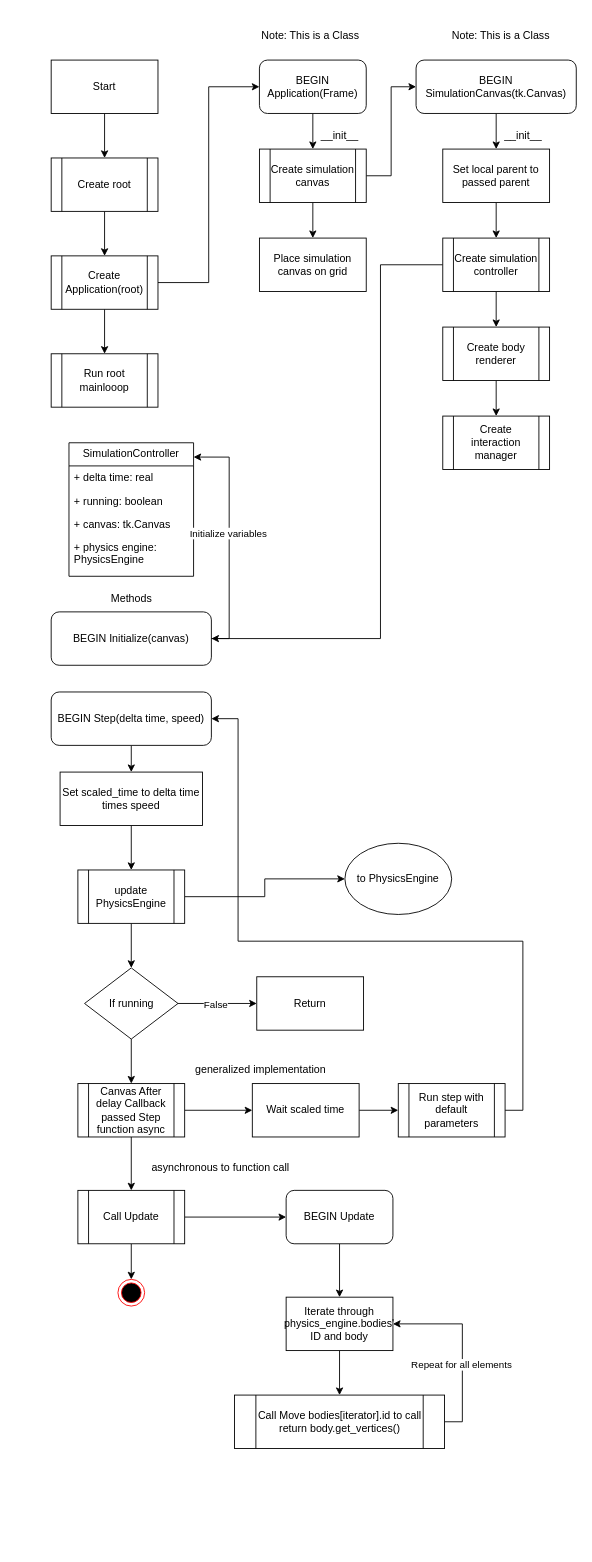
This is overview.drawio from sub-arctic/software-task-1, a draw.io file, before an edit. Source tidied: cells renumbered, new cells numbered last; positions are measured from the earlier drawing's top-left corner, leaving out a move shared by most shapes. Both pictures are drawn from the tidied source at 89%, with x=0, y=0 at pixel (51, 22).
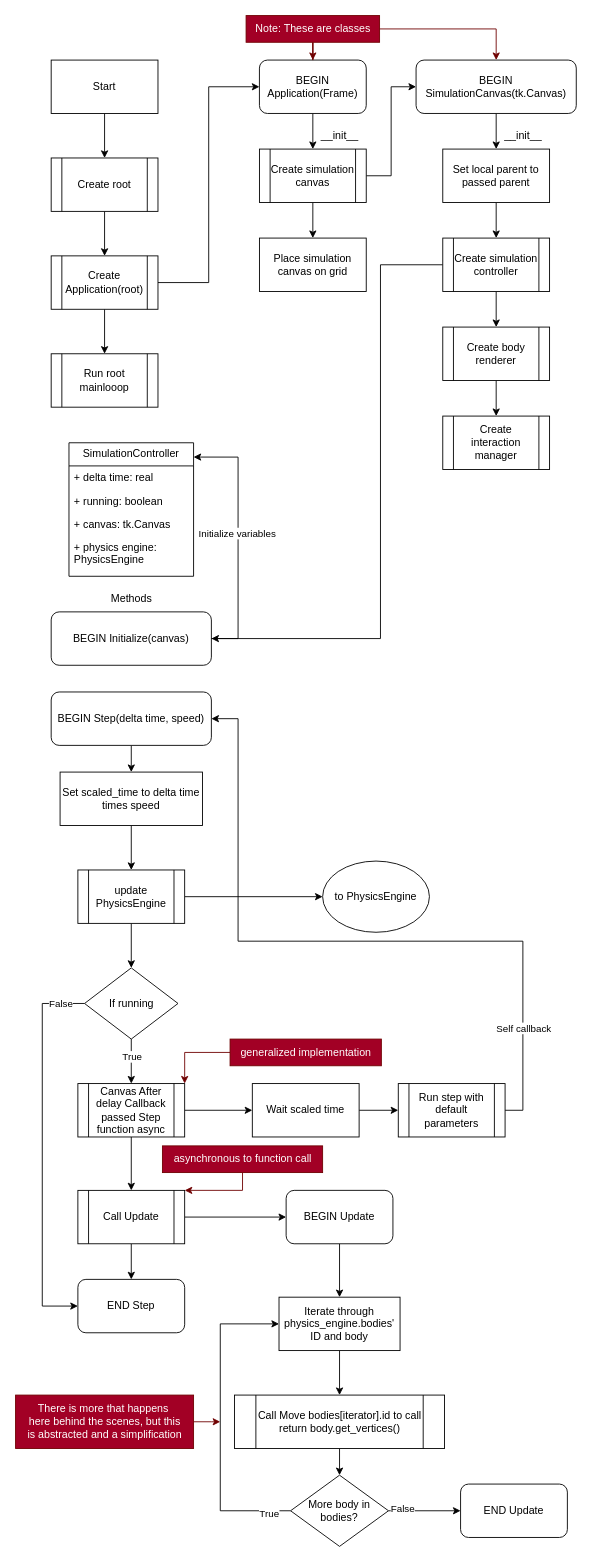
The same page after the edit.

The change refers to these unchanged cells:
```xml
<mxCell id="11" value="BEGIN Application(Frame)" style="rounded=1;whiteSpace=wrap;html=1;" parent="1" vertex="1">
  <mxGeometry x="234" y="42" width="120" height="60" as="geometry" />
</mxCell>
<mxCell id="17" value="BEGIN SimulationCanvas(tk.Canvas)" style="rounded=1;whiteSpace=wrap;html=1;" parent="1" vertex="1">
  <mxGeometry x="410" y="42" width="180" height="60" as="geometry" />
</mxCell>
<mxCell id="30" value="BEGIN Initialize(canvas)" style="rounded=1;whiteSpace=wrap;html=1;" parent="1" vertex="1">
  <mxGeometry y="662" width="180" height="60" as="geometry" />
</mxCell>
<mxCell id="31" value="&lt;div&gt;SimulationController&lt;/div&gt;" style="swimlane;fontStyle=0;horizontal=1;startSize=26;fillColor=none;whiteSpace=wrap;html=1;" parent="1" vertex="1">
  <mxGeometry x="20" y="472" width="140" height="150" as="geometry" />
</mxCell>
<mxCell id="48" style="edgeStyle=orthogonalEdgeStyle;rounded=0;jettySize=auto;html=1;exitX=0.5;exitY=1;exitDx=0;exitDy=0;entryX=0.5;entryY=0;entryDx=0;entryDy=0;" parent="1" edge="1" source="49" target="53">
  <mxGeometry relative="1" as="geometry" />
</mxCell>
<mxCell id="49" value="If running" style="rhombus;whiteSpace=wrap;html=1;" parent="1" vertex="1">
  <mxGeometry x="37.5" y="1062" width="105" height="80" as="geometry" />
</mxCell>
<mxCell id="53" value="Canvas After delay Callback passed Step function async" style="shape=process;whiteSpace=wrap;html=1;backgroundOutline=1;" parent="1" vertex="1">
  <mxGeometry x="30" y="1192" width="120" height="60" as="geometry" />
</mxCell>
<mxCell id="57" style="edgeStyle=orthogonalEdgeStyle;rounded=0;jettySize=auto;html=1;exitX=1;exitY=0.5;exitDx=0;exitDy=0;entryX=1;entryY=0.5;entryDx=0;entryDy=0;" parent="1" edge="1" source="58" target="40">
  <mxGeometry relative="1" as="geometry">
    <Array as="points">
      <mxPoint x="530" y="1222" />
      <mxPoint x="530" y="1032" />
      <mxPoint x="210" y="1032" />
      <mxPoint x="210" y="782" />
    </Array>
  </mxGeometry>
</mxCell>
<mxCell id="62" value="Call Update" style="shape=process;whiteSpace=wrap;html=1;backgroundOutline=1;" parent="1" vertex="1">
  <mxGeometry x="30" y="1312" width="120" height="60" as="geometry" />
</mxCell>
<mxCell id="69" value="Call Move bodies[iterator].id to call return body.get_vertices()" style="shape=process;whiteSpace=wrap;html=1;backgroundOutline=1;" parent="1" vertex="1">
  <mxGeometry x="206" y="1542" width="236" height="60" as="geometry" />
</mxCell>
```

What changed in the source:
```diff
@@
+    <mxCell id="72" style="edgeStyle=orthogonalEdgeStyle;rounded=0;jettySize=auto;html=1;fillColor=#a20025;strokeColor=#6F0000;" parent="1" edge="1" source="26" target="11">
+      <mxGeometry relative="1" as="geometry" />
+    </mxCell>
+    <mxCell id="73" style="edgeStyle=orthogonalEdgeStyle;rounded=0;jettySize=auto;html=1;entryX=0.5;entryY=0;entryDx=0;entryDy=0;fillColor=#a20025;strokeColor=#6F0000;" parent="1" edge="1" source="26" target="17">
+      <mxGeometry relative="1" as="geometry" />
+    </mxCell>
-    <mxCell id="26" value="Note: This is a Class" style="text;html=1;align=center;verticalAlign=middle;points=[];strokeColor=none;fillColor=none;" parent="1" vertex="1">
-      <mxGeometry x="226" width="130" height="30" as="geometry" />
+    <mxCell id="26" value="&lt;div&gt;Note: These are classes&lt;/div&gt;" style="text;html=1;align=center;verticalAlign=middle;points=[];strokeColor=#6F0000;fillColor=#a20025;fontColor=#ffffff;" parent="1" vertex="1">
+      <mxGeometry x="219" y="-8" width="150" height="30" as="geometry" />
     </mxCell>
-    <mxCell id="27" value="Note: This is a Class" style="text;html=1;align=center;verticalAlign=middle;strokeColor=none;fillColor=none;" parent="1" vertex="1">
-      <mxGeometry x="440" width="130" height="30" as="geometry" />
-    </mxCell>
@@
     <mxCell id="37" style="edgeStyle=orthogonalEdgeStyle;rounded=0;jettySize=auto;html=1;exitX=1;exitY=0.5;exitDx=0;exitDy=0;entryX=1;entryY=0.107;entryDx=0;entryDy=0;entryPerimeter=0;" parent="1" edge="1" source="30" target="31">
-      <mxGeometry relative="1" as="geometry" />
+      <mxGeometry relative="1" as="geometry">
+        <Array as="points">
+          <mxPoint x="210" y="692" />
+          <mxPoint x="210" y="488" />
+        </Array>
+      </mxGeometry>
     </mxCell>
@@
-    <mxCell id="46" style="edgeStyle=orthogonalEdgeStyle;rounded=0;jettySize=auto;html=1;exitX=1;exitY=0.5;exitDx=0;exitDy=0;entryX=0;entryY=0.5;entryDx=0;entryDy=0;" parent="1" edge="1" source="49" target="50">
-      <mxGeometry relative="1" as="geometry" />
-    </mxCell>
-    <mxCell id="47" value="False" style="edgeLabel;html=1;align=center;verticalAlign=middle;" parent="46" vertex="1">
-      <mxGeometry x="-0.04" y="-1" relative="1" as="geometry" />
-    </mxCell>
@@
+    <mxCell id="74" value="True" style="edgeLabel;html=1;align=center;verticalAlign=middle;" parent="48" vertex="1">
+      <mxGeometry x="-0.24" y="2" relative="1" as="geometry">
+        <mxPoint x="-2" as="offset" />
+      </mxGeometry>
+    </mxCell>
+    <mxCell id="75" style="edgeStyle=orthogonalEdgeStyle;rounded=0;jettySize=auto;html=1;exitX=0;exitY=0.5;exitDx=0;exitDy=0;entryX=0;entryY=0.5;entryDx=0;entryDy=0;" parent="1" edge="1" source="49" target="90">
+      <mxGeometry relative="1" as="geometry">
+        <Array as="points">
+          <mxPoint x="-10" y="1102" />
+          <mxPoint x="-10" y="1442" />
+        </Array>
+      </mxGeometry>
+    </mxCell>
+    <mxCell id="76" value="False" style="edgeLabel;html=1;align=center;verticalAlign=middle;" parent="75" vertex="1">
+      <mxGeometry x="-0.92" y="3" relative="1" as="geometry">
+        <mxPoint x="-10" y="-3" as="offset" />
+      </mxGeometry>
+    </mxCell>
@@
-    <mxCell id="50" value="Return" style="rounded=0;whiteSpace=wrap;html=1;" parent="1" vertex="1">
-      <mxGeometry x="231" y="1072" width="120" height="60" as="geometry" />
-    </mxCell>
@@
+    <mxCell id="77" style="edgeStyle=orthogonalEdgeStyle;rounded=0;jettySize=auto;html=1;entryX=1;entryY=0;entryDx=0;entryDy=0;fillColor=#a20025;strokeColor=#6F0000;" parent="1" edge="1" source="54" target="53">
+      <mxGeometry relative="1" as="geometry" />
+    </mxCell>
-    <mxCell id="54" value="&lt;div&gt;generalized implementation&lt;/div&gt;" style="text;html=1;align=center;verticalAlign=middle;points=[];strokeColor=none;fillColor=none;" parent="1" vertex="1">
-      <mxGeometry x="150" y="1162" width="170" height="30" as="geometry" />
+    <mxCell id="54" value="&lt;div&gt;generalized implementation&lt;/div&gt;" style="text;html=1;align=center;verticalAlign=middle;points=[];strokeColor=#6F0000;fillColor=#a20025;fontColor=#ffffff;" parent="1" vertex="1">
+      <mxGeometry x="201" y="1142" width="170" height="30" as="geometry" />
     </mxCell>
@@
+    <mxCell id="78" value="Self callback" style="edgeLabel;html=1;align=center;verticalAlign=middle;" parent="57" vertex="1">
+      <mxGeometry x="-0.72" relative="1" as="geometry" />
+    </mxCell>
@@
     <mxCell id="59" value="to PhysicsEngine" style="ellipse;whiteSpace=wrap;html=1;" parent="1" vertex="1">
-      <mxGeometry x="330" y="922" width="120" height="80" as="geometry" />
+      <mxGeometry x="305" y="942" width="120" height="80" as="geometry" />
     </mxCell>
-    <mxCell id="60" style="edgeStyle=orthogonalEdgeStyle;rounded=0;jettySize=auto;html=1;exitX=0.5;exitY=1;exitDx=0;exitDy=0;entryX=0.5;entryY=0;entryDx=0;entryDy=0;" parent="1" edge="1" source="62" target="64">
-      <mxGeometry relative="1" as="geometry" />
-    </mxCell>
@@
+    <mxCell id="79" style="edgeStyle=orthogonalEdgeStyle;rounded=0;jettySize=auto;html=1;exitX=0.5;exitY=1;exitDx=0;exitDy=0;entryX=0.5;entryY=0;entryDx=0;entryDy=0;" parent="1" edge="1" source="62" target="90">
+      <mxGeometry relative="1" as="geometry" />
+    </mxCell>
@@
+    <mxCell id="80" style="edgeStyle=orthogonalEdgeStyle;rounded=0;jettySize=auto;html=1;entryX=1;entryY=0;entryDx=0;entryDy=0;fillColor=#a20025;strokeColor=#6F0000;" parent="1" edge="1" source="63" target="62">
+      <mxGeometry relative="1" as="geometry" />
+    </mxCell>
-    <mxCell id="63" value="asynchronous to function call" style="text;html=1;align=center;verticalAlign=middle;points=[];strokeColor=none;fillColor=none;" parent="1" vertex="1">
-      <mxGeometry x="100" y="1272" width="180" height="30" as="geometry" />
+    <mxCell id="63" value="asynchronous to function call" style="text;html=1;align=center;verticalAlign=middle;points=[];strokeColor=#6F0000;fillColor=#a20025;fontColor=#ffffff;" parent="1" vertex="1">
+      <mxGeometry x="125" y="1262" width="180" height="30" as="geometry" />
     </mxCell>
-    <mxCell id="64" style="ellipse;html=1;shape=endState;fillColor=#000000;strokeColor=#ff0000;" parent="1" vertex="1">
-      <mxGeometry x="75" y="1412" width="30" height="30" as="geometry" />
-    </mxCell>
@@
-    <mxCell id="67" style="edgeStyle=orthogonalEdgeStyle;rounded=0;jettySize=auto;html=1;exitX=1;exitY=0.5;exitDx=0;exitDy=0;entryX=1;entryY=0.5;entryDx=0;entryDy=0;" parent="1" edge="1" source="69" target="71">
-      <mxGeometry relative="1" as="geometry" />
-    </mxCell>
-    <mxCell id="68" value="Repeat for all elements" style="edgeLabel;html=1;align=center;verticalAlign=middle;" parent="67" vertex="1">
-      <mxGeometry x="-0.18" y="2" relative="1" as="geometry" />
-    </mxCell>
+    <mxCell id="81" style="edgeStyle=orthogonalEdgeStyle;rounded=0;jettySize=auto;html=1;exitX=0.5;exitY=1;exitDx=0;exitDy=0;entryX=0.5;entryY=0;entryDx=0;entryDy=0;" parent="1" edge="1" source="69" target="87">
+      <mxGeometry relative="1" as="geometry" />
+    </mxCell>
@@
     <mxCell id="71" value="Iterate through physics_engine.bodies' ID and body" style="rounded=0;whiteSpace=wrap;html=1;" parent="1" vertex="1">
-      <mxGeometry x="264" y="1432" width="120" height="60" as="geometry" />
+      <mxGeometry x="256" y="1432" width="136" height="60" as="geometry" />
     </mxCell>
+    <mxCell id="82" value="END Update" style="rounded=1;whiteSpace=wrap;html=1;" parent="1" vertex="1">
+      <mxGeometry x="460" y="1642" width="120" height="60" as="geometry" />
+    </mxCell>
+    <mxCell id="83" style="edgeStyle=orthogonalEdgeStyle;rounded=0;jettySize=auto;html=1;exitX=1;exitY=0.5;exitDx=0;exitDy=0;entryX=0;entryY=0.5;entryDx=0;entryDy=0;" parent="1" edge="1" source="87" target="82">
+      <mxGeometry relative="1" as="geometry" />
+    </mxCell>
+    <mxCell id="84" value="False" style="edgeLabel;html=1;align=center;verticalAlign=middle;" parent="83" vertex="1">
+      <mxGeometry x="-0.62" y="3" relative="1" as="geometry" />
+    </mxCell>
+    <mxCell id="85" style="edgeStyle=orthogonalEdgeStyle;rounded=0;jettySize=auto;html=1;exitX=0;exitY=0.5;exitDx=0;exitDy=0;entryX=0;entryY=0.5;entryDx=0;entryDy=0;" parent="1" edge="1" source="87" target="71">
+      <mxGeometry relative="1" as="geometry">
+        <Array as="points">
+          <mxPoint x="190" y="1672" />
+          <mxPoint x="190" y="1462" />
+        </Array>
+      </mxGeometry>
+    </mxCell>
+    <mxCell id="86" value="True" style="edgeLabel;html=1;align=center;verticalAlign=middle;" parent="85" vertex="1">
+      <mxGeometry x="-0.86" y="3" relative="1" as="geometry" />
+    </mxCell>
+    <mxCell id="87" value="More body in bodies?" style="rhombus;whiteSpace=wrap;html=1;" parent="1" vertex="1">
+      <mxGeometry x="269" y="1632" width="110" height="80" as="geometry" />
+    </mxCell>
+    <mxCell id="88" style="edgeStyle=orthogonalEdgeStyle;rounded=0;jettySize=auto;html=1;fillColor=#a20025;strokeColor=#6F0000;" parent="1" edge="1" source="89">
+      <mxGeometry relative="1" as="geometry">
+        <mxPoint x="190" y="1572" as="targetPoint" />
+      </mxGeometry>
+    </mxCell>
+    <mxCell id="89" value="&lt;div&gt;There is more that happens&amp;nbsp;&lt;/div&gt;&lt;div&gt;here behind the scenes, but this&lt;/div&gt;&lt;div&gt;is abstracted and a simplification&lt;/div&gt;" style="text;html=1;align=center;verticalAlign=middle;points=[];strokeColor=#6F0000;fillColor=#a20025;fontColor=#ffffff;" parent="1" vertex="1">
+      <mxGeometry x="-40" y="1542" width="200" height="60" as="geometry" />
+    </mxCell>
+    <mxCell id="90" value="END Step" style="rounded=1;whiteSpace=wrap;html=1;" parent="1" vertex="1">
+      <mxGeometry x="30" y="1412" width="120" height="60" as="geometry" />
+    </mxCell>
```
